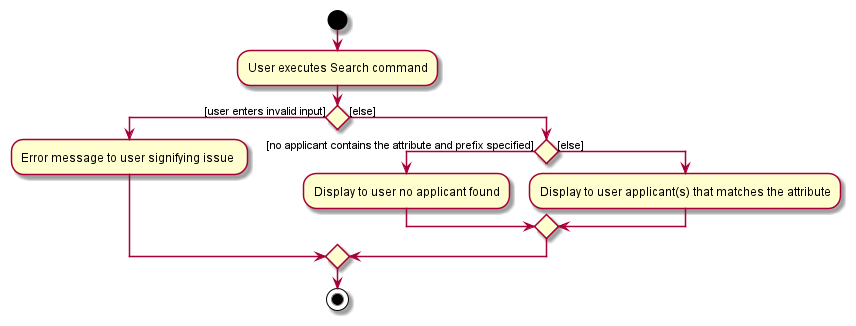
Earlier version of the PlantUML export docs/images/SearchCommandActivityDiagram.png (zzhikai/tp).
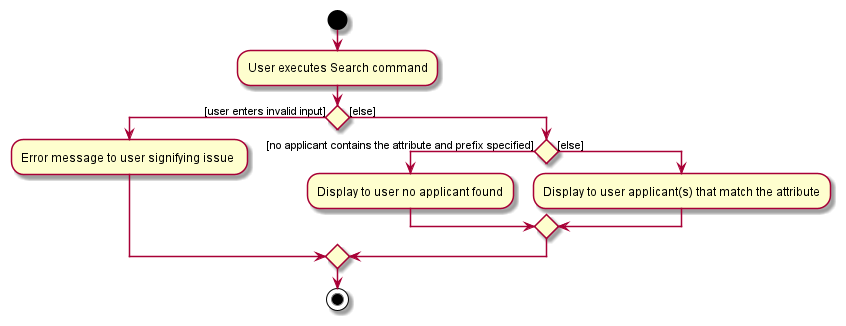
The same diagram one commit later.

The edit, as a diff of the source:
```diff
@@ -9,7 +9,7 @@
     if () then ([no applicant contains the attribute and prefix specified])
     :Display to user no applicant found;
     else ([else])
-    :Display to user applicant(s) that matches the attribute;
+    :Display to user applicant(s) that match the attribute;
 endif
 endif
 
```
